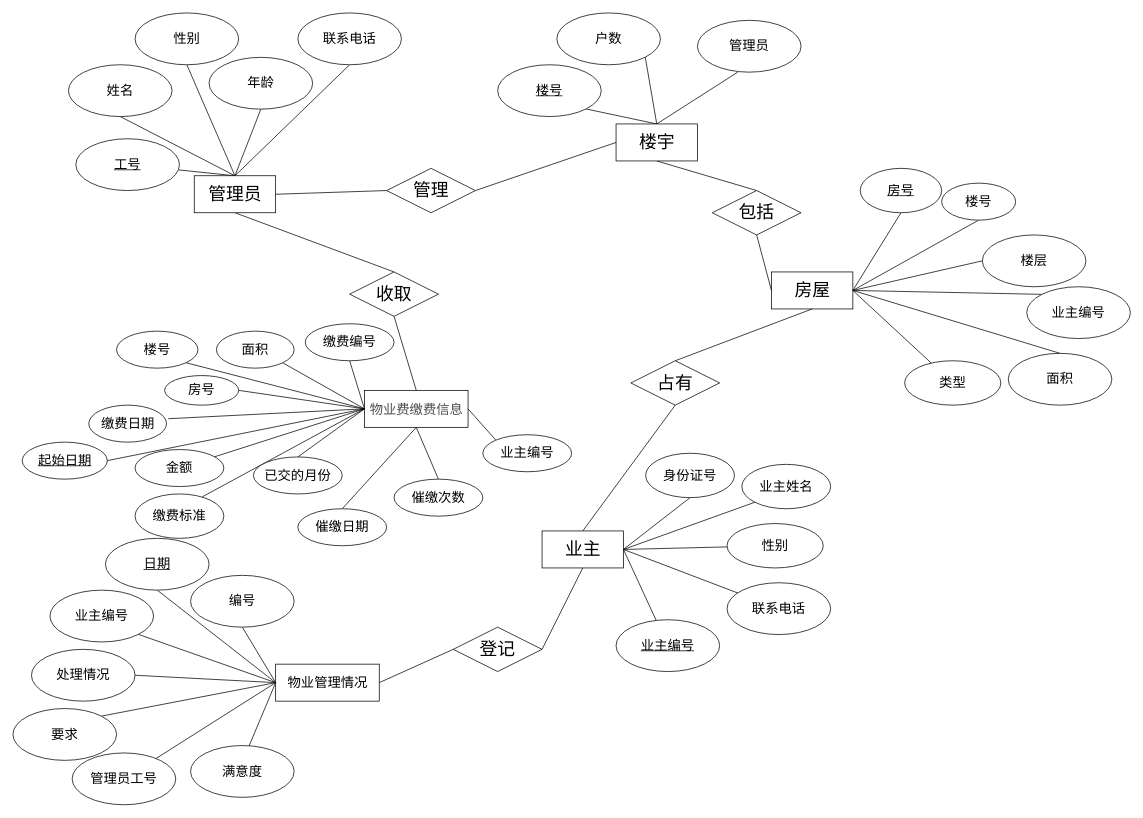
Earlier version of the draw.io diagram Untitled Diagram.drawio (lidsu/Gulimall). Source tidied: cells renumbered, new cells numbered last; positions are measured from the earlier drawing's top-left corner, leaving out a move shared by most shapes. Both pictures are drawn from the tidied source at 74%, with x=0, y=0 at pixel (13, 13).
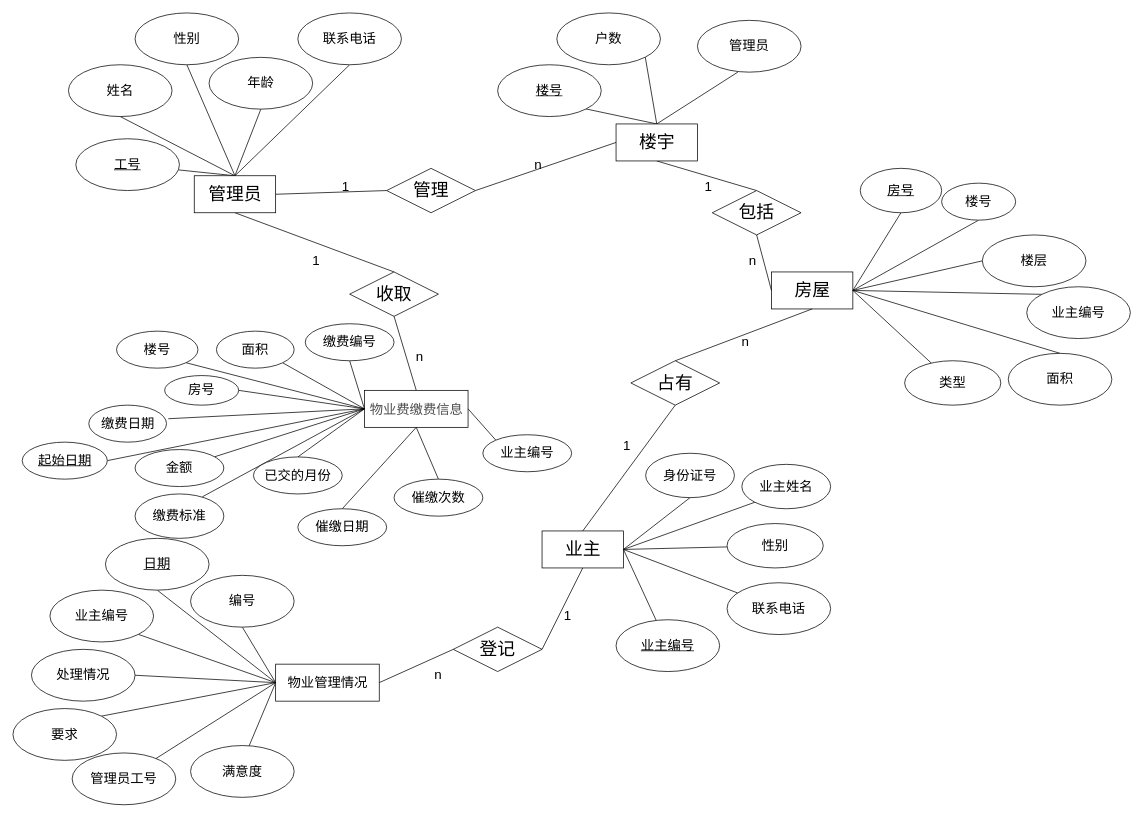
The same page after the edit.

Diff of the diagram source:
```diff
@@
+    <mxCell id="101" value="&lt;font style=&quot;font-size: 18px;&quot;&gt;1&lt;/font&gt;" style="text;html=1;strokeColor=none;fillColor=none;align=center;verticalAlign=middle;whiteSpace=wrap;rounded=0;" parent="1" vertex="1">
+      <mxGeometry x="415" y="220" width="70" height="30" as="geometry" />
+    </mxCell>
+    <mxCell id="102" value="&lt;font style=&quot;font-size: 18px;&quot;&gt;n&lt;/font&gt;" style="text;html=1;strokeColor=none;fillColor=none;align=center;verticalAlign=middle;whiteSpace=wrap;rounded=0;" parent="1" vertex="1">
+      <mxGeometry x="675" y="190" width="70" height="30" as="geometry" />
+    </mxCell>
+    <mxCell id="103" value="&lt;font style=&quot;font-size: 18px;&quot;&gt;1&lt;/font&gt;" style="text;html=1;strokeColor=none;fillColor=none;align=center;verticalAlign=middle;whiteSpace=wrap;rounded=0;" parent="1" vertex="1">
+      <mxGeometry x="905" y="220" width="70" height="30" as="geometry" />
+    </mxCell>
+    <mxCell id="104" value="&lt;font style=&quot;font-size: 18px;&quot;&gt;n&lt;/font&gt;" style="text;html=1;strokeColor=none;fillColor=none;align=center;verticalAlign=middle;whiteSpace=wrap;rounded=0;" parent="1" vertex="1">
+      <mxGeometry x="965" y="320" width="70" height="30" as="geometry" />
+    </mxCell>
+    <mxCell id="105" value="&lt;font style=&quot;font-size: 18px;&quot;&gt;1&lt;/font&gt;" style="text;html=1;strokeColor=none;fillColor=none;align=center;verticalAlign=middle;whiteSpace=wrap;rounded=0;" parent="1" vertex="1">
+      <mxGeometry x="795" y="570" width="70" height="30" as="geometry" />
+    </mxCell>
+    <mxCell id="106" value="&lt;font style=&quot;font-size: 18px;&quot;&gt;n&lt;/font&gt;" style="text;html=1;strokeColor=none;fillColor=none;align=center;verticalAlign=middle;whiteSpace=wrap;rounded=0;" parent="1" vertex="1">
+      <mxGeometry x="955" y="430" width="70" height="30" as="geometry" />
+    </mxCell>
+    <mxCell id="107" value="&lt;font style=&quot;font-size: 18px;&quot;&gt;1&lt;/font&gt;" style="text;html=1;strokeColor=none;fillColor=none;align=center;verticalAlign=middle;whiteSpace=wrap;rounded=0;" parent="1" vertex="1">
+      <mxGeometry x="375" y="320" width="70" height="30" as="geometry" />
+    </mxCell>
+    <mxCell id="108" value="&lt;font style=&quot;font-size: 18px;&quot;&gt;n&lt;/font&gt;" style="text;html=1;strokeColor=none;fillColor=none;align=center;verticalAlign=middle;whiteSpace=wrap;rounded=0;" parent="1" vertex="1">
+      <mxGeometry x="515" y="450" width="70" height="30" as="geometry" />
+    </mxCell>
+    <mxCell id="109" value="&lt;font style=&quot;font-size: 18px;&quot;&gt;1&lt;/font&gt;" style="text;html=1;strokeColor=none;fillColor=none;align=center;verticalAlign=middle;whiteSpace=wrap;rounded=0;" parent="1" vertex="1">
+      <mxGeometry x="715" y="800" width="70" height="30" as="geometry" />
+    </mxCell>
+    <mxCell id="110" value="&lt;font style=&quot;font-size: 18px;&quot;&gt;n&lt;/font&gt;" style="text;html=1;strokeColor=none;fillColor=none;align=center;verticalAlign=middle;whiteSpace=wrap;rounded=0;" parent="1" vertex="1">
+      <mxGeometry x="540" y="880" width="70" height="30" as="geometry" />
+    </mxCell>
```
